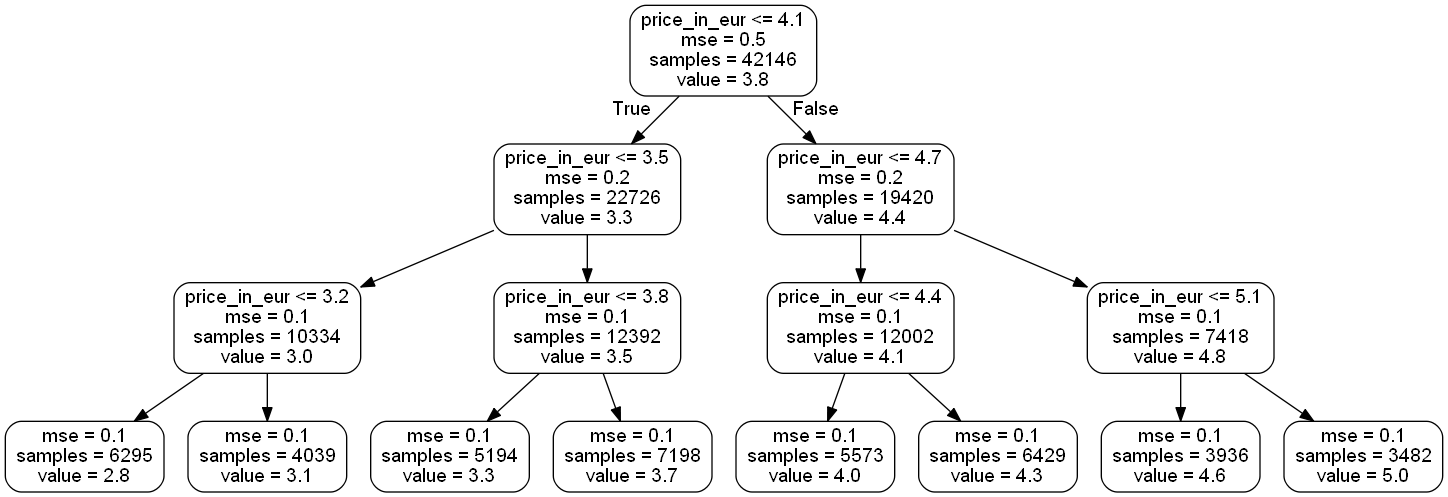
The Graphviz diagram small_tree.png in jonasfaehrmann/htw-data-mining-2020, before a commit. Its source is kept beside it as small_tree.dot.
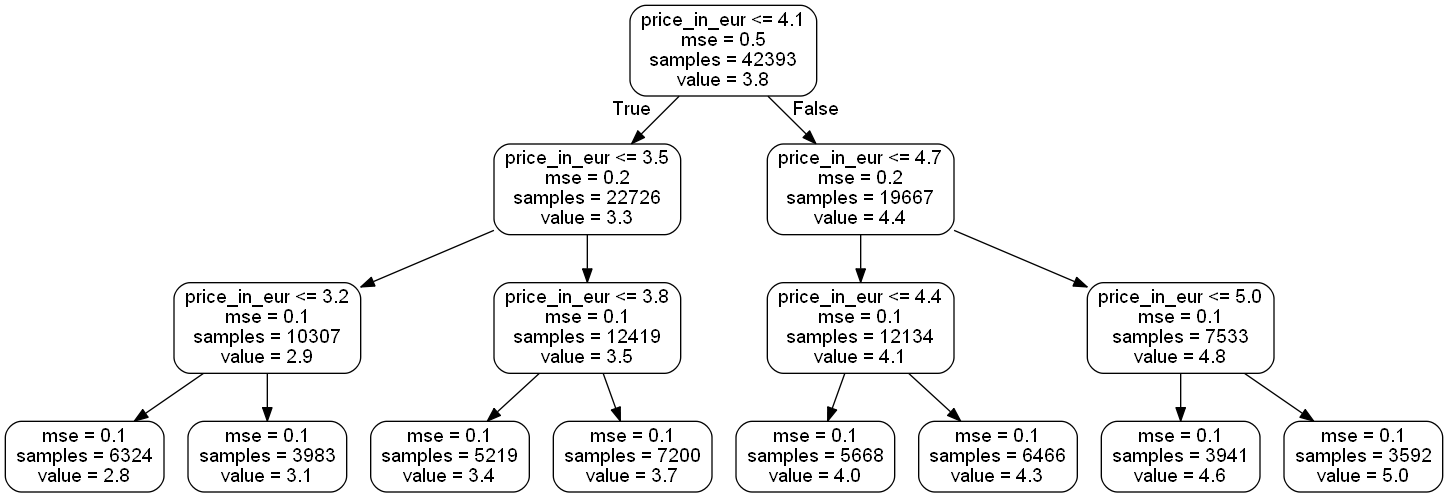
Above is the later version.

What changed in the source:
```diff
@@ -1,33 +1,33 @@
 digraph Tree {
 node [shape=box, style="rounded", color="black", fontname=helvetica] ;
 edge [fontname=helvetica] ;
-0 [label="price_in_eur <= 4.1\nmse = 0.5\nsamples = 42146\nvalue = 3.8"] ;
+0 [label="price_in_eur <= 4.1\nmse = 0.5\nsamples = 42393\nvalue = 3.8"] ;
 1 [label="price_in_eur <= 3.5\nmse = 0.2\nsamples = 22726\nvalue = 3.3"] ;
 0 -> 1 [labeldistance=2.5, labelangle=45, headlabel="True"] ;
-2 [label="price_in_eur <= 3.2\nmse = 0.1\nsamples = 10334\nvalue = 3.0"] ;
+2 [label="price_in_eur <= 3.2\nmse = 0.1\nsamples = 10307\nvalue = 2.9"] ;
 1 -> 2 ;
-3 [label="mse = 0.1\nsamples = 6295\nvalue = 2.8"] ;
+3 [label="mse = 0.1\nsamples = 6324\nvalue = 2.8"] ;
 2 -> 3 ;
-4 [label="mse = 0.1\nsamples = 4039\nvalue = 3.1"] ;
+4 [label="mse = 0.1\nsamples = 3983\nvalue = 3.1"] ;
 2 -> 4 ;
-5 [label="price_in_eur <= 3.8\nmse = 0.1\nsamples = 12392\nvalue = 3.5"] ;
+5 [label="price_in_eur <= 3.8\nmse = 0.1\nsamples = 12419\nvalue = 3.5"] ;
 1 -> 5 ;
-6 [label="mse = 0.1\nsamples = 5194\nvalue = 3.3"] ;
+6 [label="mse = 0.1\nsamples = 5219\nvalue = 3.4"] ;
 5 -> 6 ;
-7 [label="mse = 0.1\nsamples = 7198\nvalue = 3.7"] ;
+7 [label="mse = 0.1\nsamples = 7200\nvalue = 3.7"] ;
 5 -> 7 ;
-8 [label="price_in_eur <= 4.7\nmse = 0.2\nsamples = 19420\nvalue = 4.4"] ;
+8 [label="price_in_eur <= 4.7\nmse = 0.2\nsamples = 19667\nvalue = 4.4"] ;
 0 -> 8 [labeldistance=2.5, labelangle=-45, headlabel="False"] ;
-9 [label="price_in_eur <= 4.4\nmse = 0.1\nsamples = 12002\nvalue = 4.1"] ;
+9 [label="price_in_eur <= 4.4\nmse = 0.1\nsamples = 12134\nvalue = 4.1"] ;
 8 -> 9 ;
-10 [label="mse = 0.1\nsamples = 5573\nvalue = 4.0"] ;
+10 [label="mse = 0.1\nsamples = 5668\nvalue = 4.0"] ;
 9 -> 10 ;
-11 [label="mse = 0.1\nsamples = 6429\nvalue = 4.3"] ;
+11 [label="mse = 0.1\nsamples = 6466\nvalue = 4.3"] ;
 9 -> 11 ;
-12 [label="price_in_eur <= 5.1\nmse = 0.1\nsamples = 7418\nvalue = 4.8"] ;
+12 [label="price_in_eur <= 5.0\nmse = 0.1\nsamples = 7533\nvalue = 4.8"] ;
 8 -> 12 ;
-13 [label="mse = 0.1\nsamples = 3936\nvalue = 4.6"] ;
+13 [label="mse = 0.1\nsamples = 3941\nvalue = 4.6"] ;
 12 -> 13 ;
-14 [label="mse = 0.1\nsamples = 3482\nvalue = 5.0"] ;
+14 [label="mse = 0.1\nsamples = 3592\nvalue = 5.0"] ;
 12 -> 14 ;
 }
```
